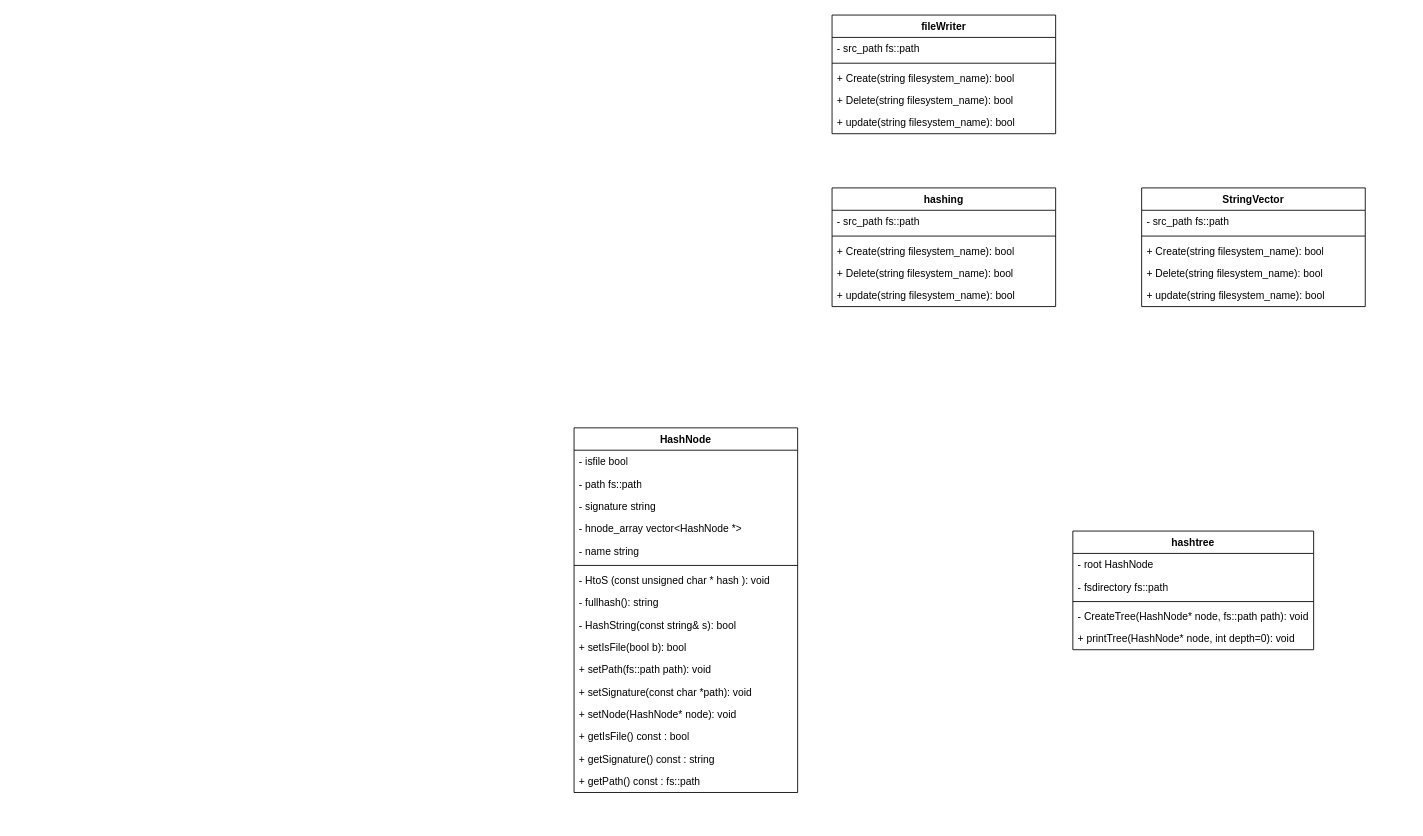
Above: Uml/DiagrammeSequence/garden.drawio in Lililatortue/JavaClassProject (draw.io), before the change. Source tidied: cells renumbered, new cells numbered last; positions are measured from the earlier drawing's top-left corner, leaving out a move shared by most shapes. Both pictures are drawn from the tidied source at 86%, with x=0, y=0 at pixel (574, 15).
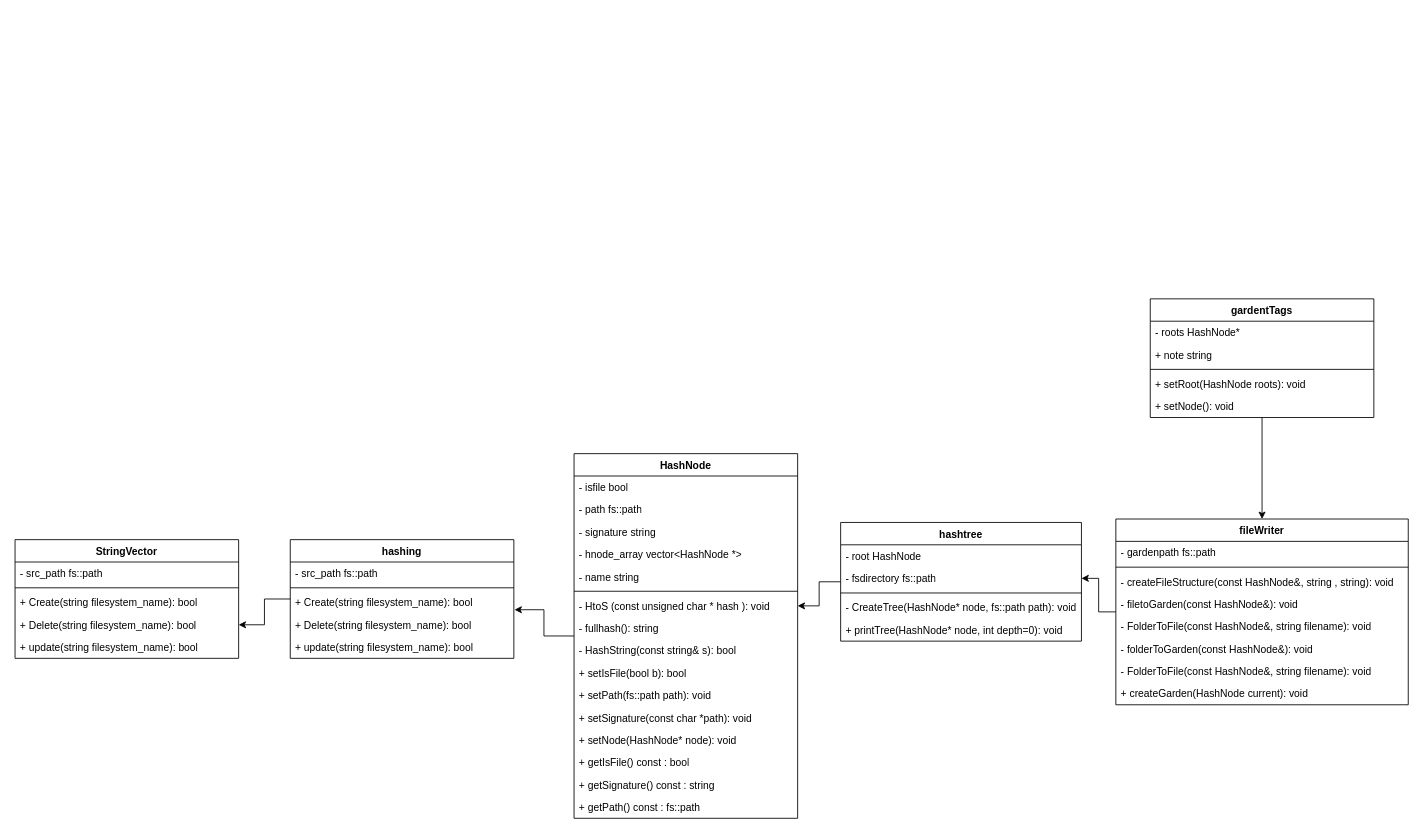
The same diagram, later.

Commit message:
Mettre à jour garden.drawio

The change refers to these unchanged cells:
```xml
<mxCell id="9" value="- HtoS (const unsigned char * hash ): void" style="text;strokeColor=none;fillColor=none;align=left;verticalAlign=top;spacingLeft=4;spacingRight=4;overflow=hidden;points=[[0,0.5],[1,0.5]];portConstraint=eastwest;whiteSpace=wrap;html=1;" parent="2" vertex="1">
  <mxGeometry y="164" width="260" height="26" as="geometry" />
</mxCell>
<mxCell id="27" value="- fsdirectory fs::path" style="text;strokeColor=none;fillColor=none;align=left;verticalAlign=top;spacingLeft=4;spacingRight=4;overflow=hidden;points=[[0,0.5],[1,0.5]];portConstraint=eastwest;whiteSpace=wrap;html=1;" parent="25" vertex="1">
  <mxGeometry y="52" width="280" height="26" as="geometry" />
</mxCell>
<mxCell id="34" value="+ Create(string filesystem_name): bool" style="text;strokeColor=none;fillColor=none;align=left;verticalAlign=top;spacingLeft=4;spacingRight=4;overflow=hidden;points=[[0,0.5],[1,0.5]];portConstraint=eastwest;whiteSpace=wrap;html=1;" parent="31" vertex="1">
  <mxGeometry y="60" width="260" height="26" as="geometry" />
</mxCell>
<mxCell id="41" value="+ Delete(string filesystem_name): bool" style="text;strokeColor=none;fillColor=none;align=left;verticalAlign=top;spacingLeft=4;spacingRight=4;overflow=hidden;points=[[0,0.5],[1,0.5]];portConstraint=eastwest;whiteSpace=wrap;html=1;" parent="37" vertex="1">
  <mxGeometry y="86" width="260" height="26" as="geometry" />
</mxCell>
```

The edit, as a diff of the source:
```diff
@@
+    <mxCell id="43" style="edgeStyle=orthogonalEdgeStyle;rounded=0;jettySize=auto;html=1;entryX=1.003;entryY=0.826;entryDx=0;entryDy=0;entryPerimeter=0;" parent="1" edge="1" source="2" target="34">
+      <mxGeometry relative="1" as="geometry" />
+    </mxCell>
     <mxCell id="2" value="&lt;div&gt;HashNode&lt;/div&gt;" style="swimlane;fontStyle=1;align=center;verticalAlign=top;horizontal=1;startSize=26;whiteSpace=wrap;html=1;" parent="1" vertex="1">
-      <mxGeometry y="480" width="260" height="424" as="geometry" />
+      <mxGeometry y="510" width="260" height="424" as="geometry" />
     </mxCell>
@@
+    <mxCell id="44" style="edgeStyle=orthogonalEdgeStyle;rounded=0;jettySize=auto;html=1;entryX=1;entryY=0.5;entryDx=0;entryDy=0;" parent="1" edge="1" source="19" target="27">
+      <mxGeometry relative="1" as="geometry" />
+    </mxCell>
     <mxCell id="19" value="&lt;div&gt;fileWriter&lt;/div&gt;" style="swimlane;fontStyle=1;align=center;verticalAlign=top;horizontal=1;startSize=26;whiteSpace=wrap;html=1;" parent="1" vertex="1">
-      <mxGeometry x="300" width="260" height="138" as="geometry" />
+      <mxGeometry x="630" y="586" width="340" height="216" as="geometry" />
     </mxCell>
-    <mxCell id="20" value="- src_path fs::path" style="text;strokeColor=none;fillColor=none;align=left;verticalAlign=top;spacingLeft=4;spacingRight=4;overflow=hidden;whiteSpace=wrap;html=1;" parent="19" vertex="1">
-      <mxGeometry y="26" width="260" height="26" as="geometry" />
+    <mxCell id="20" value="- gardenpath fs::path" style="text;strokeColor=none;fillColor=none;align=left;verticalAlign=top;spacingLeft=4;spacingRight=4;overflow=hidden;whiteSpace=wrap;html=1;" parent="19" vertex="1">
+      <mxGeometry y="26" width="340" height="26" as="geometry" />
     </mxCell>
     <mxCell id="21" style="line;strokeWidth=1;fillColor=none;align=left;verticalAlign=middle;spacingTop=-1;spacingLeft=3;spacingRight=3;labelPosition=right;strokeColor=inherit;" parent="19" vertex="1">
-      <mxGeometry y="52" width="260" height="8" as="geometry" />
+      <mxGeometry y="52" width="340" height="8" as="geometry" />
     </mxCell>
-    <mxCell id="22" value="+ Create(string filesystem_name): bool" style="text;strokeColor=none;fillColor=none;align=left;verticalAlign=top;spacingLeft=4;spacingRight=4;overflow=hidden;whiteSpace=wrap;html=1;" parent="19" vertex="1">
-      <mxGeometry y="60" width="260" height="26" as="geometry" />
+    <mxCell id="22" value="- createFileStructure(const HashNode&amp;amp;, string , string): void" style="text;strokeColor=none;fillColor=none;align=left;verticalAlign=top;spacingLeft=4;spacingRight=4;overflow=hidden;whiteSpace=wrap;html=1;" parent="19" vertex="1">
+      <mxGeometry y="60" width="340" height="26" as="geometry" />
     </mxCell>
-    <mxCell id="23" value="+ Delete(string filesystem_name): bool" style="text;strokeColor=none;fillColor=none;align=left;verticalAlign=top;spacingLeft=4;spacingRight=4;overflow=hidden;whiteSpace=wrap;html=1;" parent="19" vertex="1">
-      <mxGeometry y="86" width="260" height="26" as="geometry" />
+    <mxCell id="23" value="- filetoGarden(const HashNode&amp;amp;): void" style="text;strokeColor=none;fillColor=none;align=left;verticalAlign=top;spacingLeft=4;spacingRight=4;overflow=hidden;whiteSpace=wrap;html=1;" parent="19" vertex="1">
+      <mxGeometry y="86" width="340" height="26" as="geometry" />
     </mxCell>
-    <mxCell id="24" value="+ update(string filesystem_name): bool" style="text;strokeColor=none;fillColor=none;align=left;verticalAlign=top;spacingLeft=4;spacingRight=4;overflow=hidden;whiteSpace=wrap;html=1;" parent="19" vertex="1">
-      <mxGeometry y="112" width="260" height="26" as="geometry" />
+    <mxCell id="24" value="- FolderToFile(const HashNode&amp;amp;, string filename): void" style="text;strokeColor=none;fillColor=none;align=left;verticalAlign=top;spacingLeft=4;spacingRight=4;overflow=hidden;whiteSpace=wrap;html=1;" parent="19" vertex="1">
+      <mxGeometry y="112" width="340" height="26" as="geometry" />
     </mxCell>
+    <mxCell id="45" value="- folderToGarden(const HashNode&amp;amp;): void" style="text;strokeColor=none;fillColor=none;align=left;verticalAlign=top;spacingLeft=4;spacingRight=4;overflow=hidden;whiteSpace=wrap;html=1;" parent="19" vertex="1">
+      <mxGeometry y="138" width="340" height="26" as="geometry" />
+    </mxCell>
+    <mxCell id="46" value="- FolderToFile(const HashNode&amp;amp;, string filename): void" style="text;strokeColor=none;fillColor=none;align=left;verticalAlign=top;spacingLeft=4;spacingRight=4;overflow=hidden;whiteSpace=wrap;html=1;" parent="19" vertex="1">
+      <mxGeometry y="164" width="340" height="26" as="geometry" />
+    </mxCell>
+    <mxCell id="47" value="+ createGarden(HashNode current): void" style="text;strokeColor=none;fillColor=none;align=left;verticalAlign=top;spacingLeft=4;spacingRight=4;overflow=hidden;whiteSpace=wrap;html=1;" parent="19" vertex="1">
+      <mxGeometry y="190" width="340" height="26" as="geometry" />
+    </mxCell>
+    <mxCell id="48" style="edgeStyle=orthogonalEdgeStyle;rounded=0;jettySize=auto;html=1;entryX=1;entryY=0.5;entryDx=0;entryDy=0;" parent="1" edge="1" source="25" target="9">
+      <mxGeometry relative="1" as="geometry" />
+    </mxCell>
     <mxCell id="25" value="&lt;div&gt;hashtree&lt;/div&gt;" style="swimlane;fontStyle=1;align=center;verticalAlign=top;horizontal=1;startSize=26;whiteSpace=wrap;html=1;" parent="1" vertex="1">
-      <mxGeometry x="580" y="600" width="280" height="138" as="geometry" />
+      <mxGeometry x="310" y="590" width="280" height="138" as="geometry" />
     </mxCell>
@@
+    <mxCell id="49" style="edgeStyle=orthogonalEdgeStyle;rounded=0;jettySize=auto;html=1;" parent="1" edge="1" source="31" target="41">
+      <mxGeometry relative="1" as="geometry">
+        <Array as="points">
+          <mxPoint x="-360" y="679" />
+          <mxPoint x="-360" y="709" />
+        </Array>
+      </mxGeometry>
+    </mxCell>
     <mxCell id="31" value="&lt;div&gt;hashing&lt;/div&gt;" style="swimlane;fontStyle=1;align=center;verticalAlign=top;horizontal=1;startSize=26;whiteSpace=wrap;html=1;" parent="1" vertex="1">
-      <mxGeometry x="300" y="201" width="260" height="138" as="geometry" />
+      <mxGeometry x="-330" y="610" width="260" height="138" as="geometry" />
     </mxCell>
@@
     <mxCell id="37" value="StringVector" style="swimlane;fontStyle=1;align=center;verticalAlign=top;horizontal=1;startSize=26;whiteSpace=wrap;html=1;" parent="1" vertex="1">
-      <mxGeometry x="660" y="201" width="260" height="138" as="geometry" />
+      <mxGeometry x="-650" y="610" width="260" height="138" as="geometry" />
     </mxCell>
@@
+    <mxCell id="50" style="edgeStyle=orthogonalEdgeStyle;rounded=0;jettySize=auto;html=1;entryX=0.5;entryY=0;entryDx=0;entryDy=0;" parent="1" edge="1" source="51" target="19">
+      <mxGeometry relative="1" as="geometry" />
+    </mxCell>
+    <mxCell id="51" value="&lt;div&gt;gardentTags&lt;/div&gt;" style="swimlane;fontStyle=1;align=center;verticalAlign=top;horizontal=1;startSize=26;whiteSpace=wrap;html=1;" parent="1" vertex="1">
+      <mxGeometry x="670" y="330" width="260" height="138" as="geometry" />
+    </mxCell>
+    <mxCell id="52" value="- roots HashNode*" style="text;strokeColor=none;fillColor=none;align=left;verticalAlign=top;spacingLeft=4;spacingRight=4;overflow=hidden;whiteSpace=wrap;html=1;" parent="51" vertex="1">
+      <mxGeometry y="26" width="260" height="26" as="geometry" />
+    </mxCell>
+    <mxCell id="53" value="+ note string" style="text;strokeColor=none;fillColor=none;align=left;verticalAlign=top;spacingLeft=4;spacingRight=4;overflow=hidden;whiteSpace=wrap;html=1;" parent="51" vertex="1">
+      <mxGeometry y="52" width="260" height="26" as="geometry" />
+    </mxCell>
+    <mxCell id="54" style="line;strokeWidth=1;fillColor=none;align=left;verticalAlign=middle;spacingTop=-1;spacingLeft=3;spacingRight=3;labelPosition=right;strokeColor=inherit;" parent="51" vertex="1">
+      <mxGeometry y="78" width="260" height="8" as="geometry" />
+    </mxCell>
+    <mxCell id="55" value="+ setRoot(HashNode roots): void" style="text;strokeColor=none;fillColor=none;align=left;verticalAlign=top;spacingLeft=4;spacingRight=4;overflow=hidden;whiteSpace=wrap;html=1;" parent="51" vertex="1">
+      <mxGeometry y="86" width="260" height="26" as="geometry" />
+    </mxCell>
+    <mxCell id="56" value="+ setNode(): void" style="text;strokeColor=none;fillColor=none;align=left;verticalAlign=top;spacingLeft=4;spacingRight=4;overflow=hidden;whiteSpace=wrap;html=1;" parent="51" vertex="1">
+      <mxGeometry y="112" width="260" height="26" as="geometry" />
+    </mxCell>
```
